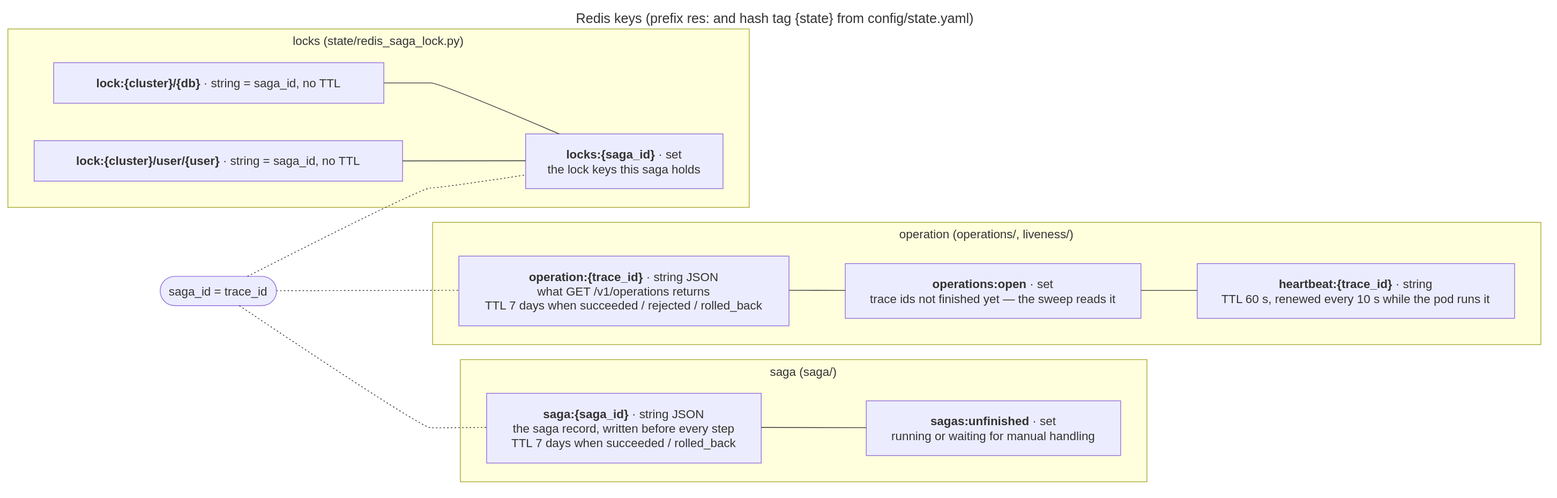
The draw.io diagram docs/diagrams/18-redis-keys.drawio.svg in EliShteinman/redis-enterprise-services, before a commit. Source tidied: cells renumbered, new cells last; positions are measured from the earlier drawing's top-left corner, leaving out a move shared by most shapes.
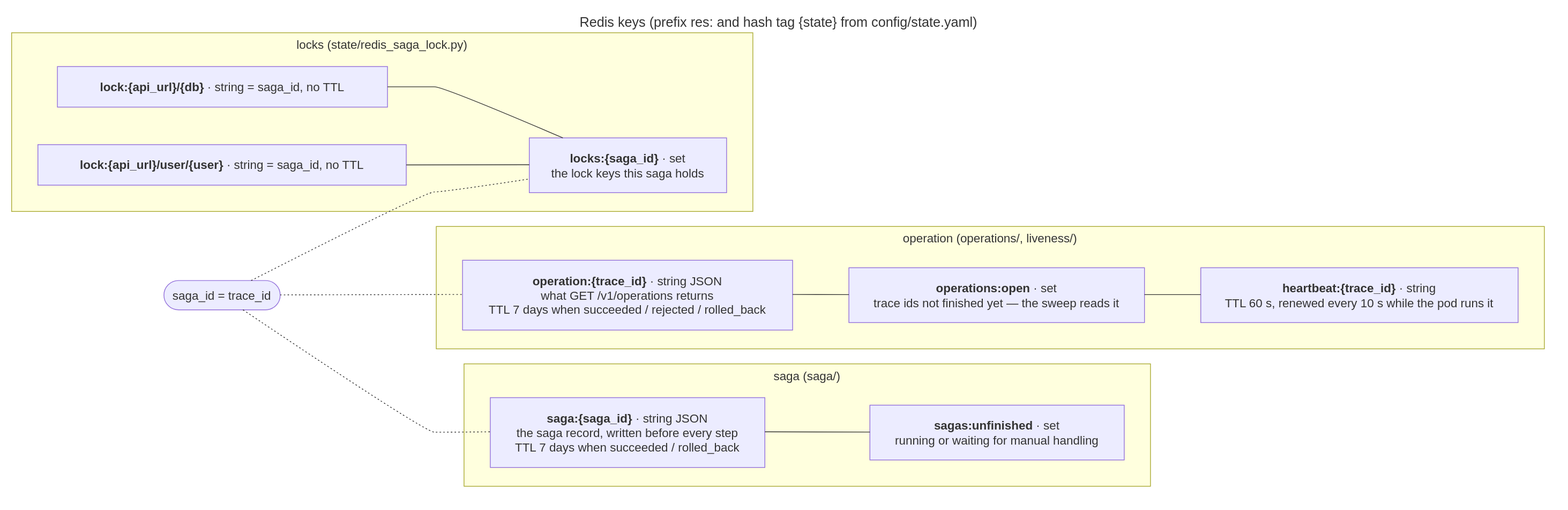
The same file after the commit.

Commit message:
docs: the request names its cluster in one field, generic or a cluster name; locks use the cluster api_url

Diff of the diagram source:
```diff
@@ -35,10 +35,10 @@
     <mxCell id="12" value="locks (state/redis_saga_lock.py)" style="html=1;whiteSpace=wrap;strokeWidth=1;verticalAlign=top;fillColor=light-dark(#ffffde,#1f2020);strokeColor=light-dark(#aaaa33,#cccccc);fontColor=light-dark(#333333,#cccccc);fontFamily=Trebuchet MS,Verdana,Arial,sans-serif;fontSize=16;" parent="1" vertex="1">
       <mxGeometry y="28" width="988" height="238" as="geometry" />
     </mxCell>
-    <mxCell id="13" value="&lt;b&gt;lock:{cluster}/{db}&lt;/b&gt; · string = saga_id, no TTL" style="html=1;whiteSpace=wrap;strokeWidth=1;fillColor=light-dark(#ECECFF,#1f2020);strokeColor=light-dark(#9370DB,#cccccc);fontColor=light-dark(#333333,#cccccc);fontFamily=Trebuchet MS,Verdana,Arial,sans-serif;fontSize=16;" parent="12" vertex="1">
+    <mxCell id="13" value="&lt;b&gt;lock:{api_url}/{db}&lt;/b&gt; · string = saga_id, no TTL" style="html=1;whiteSpace=wrap;strokeWidth=1;fillColor=light-dark(#ECECFF,#1f2020);strokeColor=light-dark(#9370DB,#cccccc);fontColor=light-dark(#333333,#cccccc);fontFamily=Trebuchet MS,Verdana,Arial,sans-serif;fontSize=16;" parent="12" vertex="1">
       <mxGeometry x="61" y="45" width="440" height="54" as="geometry" />
     </mxCell>
-    <mxCell id="14" value="&lt;b&gt;lock:{cluster}/user/{user}&lt;/b&gt; · string = saga_id, no TTL" style="html=1;whiteSpace=wrap;strokeWidth=1;fillColor=light-dark(#ECECFF,#1f2020);strokeColor=light-dark(#9370DB,#cccccc);fontColor=light-dark(#333333,#cccccc);fontFamily=Trebuchet MS,Verdana,Arial,sans-serif;fontSize=16;" parent="12" vertex="1">
+    <mxCell id="14" value="&lt;b&gt;lock:{api_url}/user/{user}&lt;/b&gt; · string = saga_id, no TTL" style="html=1;whiteSpace=wrap;strokeWidth=1;fillColor=light-dark(#ECECFF,#1f2020);strokeColor=light-dark(#9370DB,#cccccc);fontColor=light-dark(#333333,#cccccc);fontFamily=Trebuchet MS,Verdana,Arial,sans-serif;fontSize=16;" parent="12" vertex="1">
       <mxGeometry x="35" y="149" width="491" height="54" as="geometry" />
     </mxCell>
     <mxCell id="15" value="&lt;b&gt;locks:{saga_id}&lt;/b&gt; · set&#10;the lock keys this saga holds" style="html=1;whiteSpace=wrap;strokeWidth=1;fillColor=light-dark(#ECECFF,#1f2020);strokeColor=light-dark(#9370DB,#cccccc);fontColor=light-dark(#333333,#cccccc);fontFamily=Trebuchet MS,Verdana,Arial,sans-serif;fontSize=16;" parent="12" vertex="1">
```
